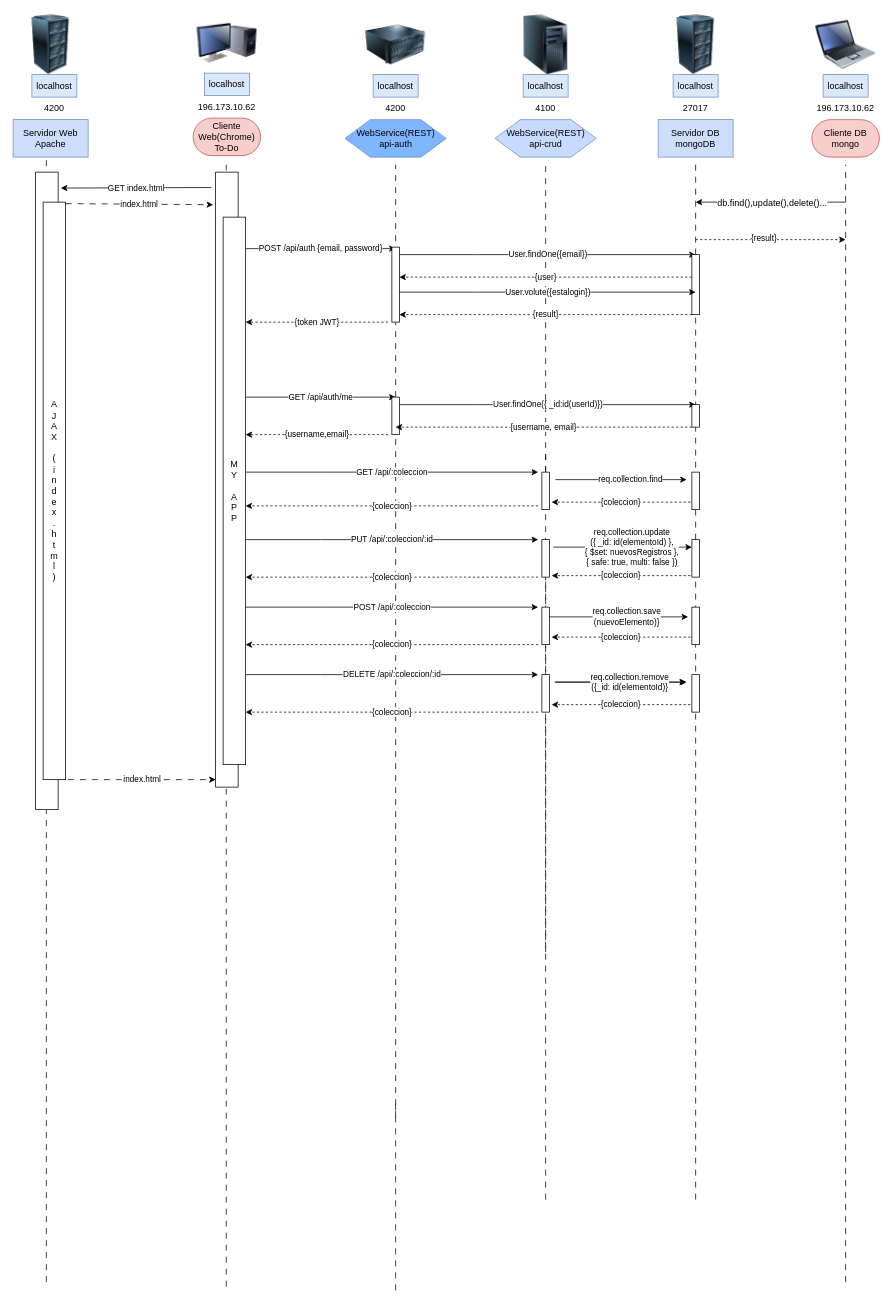
The draw.io diagram Diagrama de Secuencia.drawio in AceDen97/SD, before the edit. Source tidied: cells renumbered, new cells numbered last; positions are measured from the earlier drawing's top-left corner, leaving out a move shared by most shapes. Both pictures are drawn from the tidied source at 75%, with x=0, y=0 at pixel (13, 13).
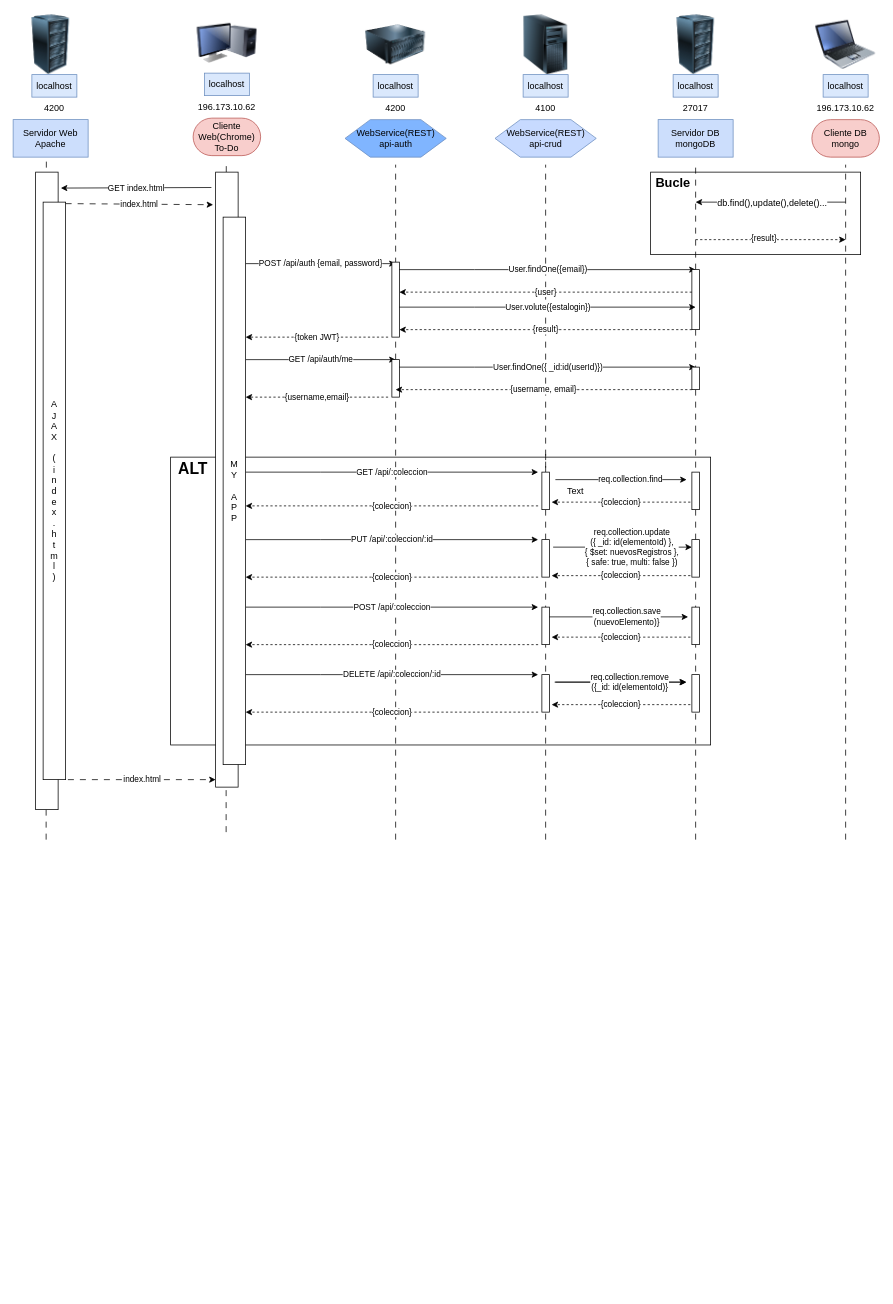
The same diagram, later.

Unchanged cells that the change refers to:
```xml
<mxCell id="72" style="rounded=0;whiteSpace=wrap;html=1;" parent="1" vertex="1">
  <mxGeometry x="705" y="702" width="10" height="50" as="geometry" />
</mxCell>
```

The edit, as a diff of the source:
```diff
@@
+    <mxCell id="86" style="rounded=0;whiteSpace=wrap;html=1;" parent="1" vertex="1">
+      <mxGeometry x="850" y="212" width="280" height="110" as="geometry" />
+    </mxCell>
+    <mxCell id="87" style="rounded=0;whiteSpace=wrap;html=1;" parent="1" vertex="1">
+      <mxGeometry x="210" y="592" width="720" height="383.8" as="geometry" />
+    </mxCell>
     <mxCell id="2" style="endArrow=none;dashed=1;html=1;rounded=0;dashPattern=8 8;" parent="1" edge="1">
       <mxGeometry relative="1" as="geometry">
-        <mxPoint x="284.2" y="1698" as="sourcePoint" />
+        <mxPoint x="284" y="1092" as="sourcePoint" />
         <mxPoint x="284.2" y="198" as="targetPoint" />
       </mxGeometry>
     </mxCell>
     <mxCell id="3" style="endArrow=none;dashed=1;html=1;rounded=0;dashPattern=8 8;" parent="1" edge="1">
       <mxGeometry relative="1" as="geometry">
-        <mxPoint x="44.3" y="1692" as="sourcePoint" />
+        <mxPoint x="44" y="1102" as="sourcePoint" />
         <mxPoint x="44.3" y="192" as="targetPoint" />
       </mxGeometry>
     </mxCell>
@@
     <mxCell id="10" style="endArrow=none;dashed=1;html=1;rounded=0;dashPattern=8 8;" parent="1" edge="1">
       <mxGeometry relative="1" as="geometry">
-        <mxPoint x="510" y="1472" as="sourcePoint" />
+        <mxPoint x="510" y="1102" as="sourcePoint" />
         <mxPoint x="510" y="202" as="targetPoint" />
       </mxGeometry>
     </mxCell>
     <mxCell id="11" style="endArrow=none;dashed=1;html=1;rounded=0;dashPattern=8 8;" parent="1" edge="1">
       <mxGeometry relative="1" as="geometry">
-        <mxPoint x="710" y="1252" as="sourcePoint" />
+        <mxPoint x="710" y="1102" as="sourcePoint" />
         <mxPoint x="710" y="202" as="targetPoint" />
       </mxGeometry>
     </mxCell>
@@
     <mxCell id="13" style="endArrow=none;dashed=1;html=1;rounded=0;dashPattern=8 8;" parent="1" edge="1">
       <mxGeometry relative="1" as="geometry">
-        <mxPoint x="1110" y="1692" as="sourcePoint" />
+        <mxPoint x="1110" y="1102" as="sourcePoint" />
         <mxPoint x="1110" y="202" as="targetPoint" />
       </mxGeometry>
     </mxCell>
@@
     <mxCell id="31" value="POST /api/auth {email, password}" style="endArrow=classic;html=1;rounded=0;" parent="1" edge="1">
       <mxGeometry relative="1" as="geometry">
-        <mxPoint x="310" y="314" as="sourcePoint" />
-        <mxPoint x="510" y="314" as="targetPoint" />
+        <mxPoint x="310" y="334" as="sourcePoint" />
+        <mxPoint x="510" y="334" as="targetPoint" />
         <Array as="points">
-          <mxPoint x="410" y="314" />
+          <mxPoint x="410" y="334" />
         </Array>
       </mxGeometry>
     </mxCell>
     <mxCell id="32" style="rounded=0;whiteSpace=wrap;html=1;" parent="1" vertex="1">
-      <mxGeometry x="505" y="312" width="10" height="100" as="geometry" />
+      <mxGeometry x="505" y="332" width="10" height="100" as="geometry" />
     </mxCell>
     <mxCell id="33" value="User.findOne({email})" style="endArrow=classic;html=1;rounded=0;" parent="1" edge="1">
       <mxGeometry relative="1" as="geometry">
-        <mxPoint x="515" y="322" as="sourcePoint" />
-        <mxPoint x="910" y="322" as="targetPoint" />
+        <mxPoint x="515" y="342" as="sourcePoint" />
+        <mxPoint x="910" y="342" as="targetPoint" />
         <Array as="points">
-          <mxPoint x="615" y="322" />
+          <mxPoint x="615" y="342" />
         </Array>
       </mxGeometry>
     </mxCell>
     <mxCell id="34" style="endArrow=none;dashed=1;html=1;rounded=0;dashPattern=8 8;" parent="1" edge="1" target="35">
       <mxGeometry relative="1" as="geometry">
-        <mxPoint x="910" y="1582" as="sourcePoint" />
+        <mxPoint x="910" y="1102" as="sourcePoint" />
       </mxGeometry>
     </mxCell>
     <mxCell id="35" style="rounded=0;whiteSpace=wrap;html=1;" parent="1" vertex="1">
-      <mxGeometry x="905" y="322" width="10" height="80" as="geometry" />
+      <mxGeometry x="905" y="342" width="10" height="80" as="geometry" />
     </mxCell>
     <mxCell id="36" value="{user}" style="endArrow=classic;html=1;rounded=0;dashed=1;" parent="1" edge="1">
       <mxGeometry relative="1" as="geometry">
-        <mxPoint x="905" y="352" as="sourcePoint" />
-        <mxPoint x="515" y="352" as="targetPoint" />
+        <mxPoint x="905" y="372" as="sourcePoint" />
+        <mxPoint x="515" y="372" as="targetPoint" />
       </mxGeometry>
     </mxCell>
     <mxCell id="37" value="{token JWT}" style="endArrow=classic;html=1;rounded=0;dashed=1;" parent="1" edge="1">
       <mxGeometry relative="1" as="geometry">
-        <mxPoint x="500" y="412" as="sourcePoint" />
-        <mxPoint x="310" y="412" as="targetPoint" />
+        <mxPoint x="500" y="432" as="sourcePoint" />
+        <mxPoint x="310" y="432" as="targetPoint" />
       </mxGeometry>
     </mxCell>
     <mxCell id="38" value="GET /api/auth/me" style="endArrow=classic;html=1;rounded=0;" parent="1" edge="1">
       <mxGeometry relative="1" as="geometry">
-        <mxPoint x="310" y="512" as="sourcePoint" />
-        <mxPoint x="510" y="512" as="targetPoint" />
+        <mxPoint x="310" y="462" as="sourcePoint" />
+        <mxPoint x="510" y="462" as="targetPoint" />
         <Array as="points">
-          <mxPoint x="410" y="512" />
+          <mxPoint x="410" y="462" />
         </Array>
       </mxGeometry>
     </mxCell>
     <mxCell id="39" style="rounded=0;whiteSpace=wrap;html=1;" parent="1" vertex="1">
-      <mxGeometry x="505" y="512" width="10" height="50" as="geometry" />
+      <mxGeometry x="505" y="462" width="10" height="50" as="geometry" />
     </mxCell>
     <mxCell id="40" value="User.findOne({ _id:id(userId)})" style="endArrow=classic;html=1;rounded=0;" parent="1" edge="1">
       <mxGeometry relative="1" as="geometry">
-        <mxPoint x="515" y="522" as="sourcePoint" />
-        <mxPoint x="910" y="522" as="targetPoint" />
+        <mxPoint x="515" y="472" as="sourcePoint" />
+        <mxPoint x="910" y="472" as="targetPoint" />
         <Array as="points">
-          <mxPoint x="615" y="522" />
+          <mxPoint x="615" y="472" />
         </Array>
       </mxGeometry>
     </mxCell>
     <mxCell id="41" style="rounded=0;whiteSpace=wrap;html=1;" parent="1" vertex="1">
-      <mxGeometry x="905" y="522" width="10" height="30" as="geometry" />
+      <mxGeometry x="905" y="472" width="10" height="30" as="geometry" />
     </mxCell>
     <mxCell id="42" value="{username, email}" style="endArrow=classic;html=1;rounded=0;exitX=0;exitY=1;exitDx=0;exitDy=0;dashed=1;" parent="1" edge="1">
       <mxGeometry relative="1" as="geometry">
-        <mxPoint x="905" y="552" as="sourcePoint" />
-        <mxPoint x="510" y="552" as="targetPoint" />
+        <mxPoint x="905" y="502" as="sourcePoint" />
+        <mxPoint x="510" y="502" as="targetPoint" />
       </mxGeometry>
     </mxCell>
     <mxCell id="43" value="{username,email}" style="endArrow=classic;html=1;rounded=0;dashed=1;" parent="1" edge="1">
       <mxGeometry relative="1" as="geometry">
-        <mxPoint x="500" y="562" as="sourcePoint" />
-        <mxPoint x="310" y="562" as="targetPoint" />
+        <mxPoint x="500" y="512" as="sourcePoint" />
+        <mxPoint x="310" y="512" as="targetPoint" />
       </mxGeometry>
     </mxCell>
@@
     <mxCell id="67" value="{result}" style="endArrow=classic;html=1;rounded=0;dashed=1;" parent="1" edge="1">
       <mxGeometry relative="1" as="geometry">
-        <mxPoint x="905" y="402" as="sourcePoint" />
-        <mxPoint x="515" y="402" as="targetPoint" />
+        <mxPoint x="905" y="422" as="sourcePoint" />
+        <mxPoint x="515" y="422" as="targetPoint" />
       </mxGeometry>
     </mxCell>
     <mxCell id="68" value="User.volute({estalogin})" style="endArrow=classic;html=1;rounded=0;" parent="1" edge="1">
       <mxGeometry relative="1" as="geometry">
-        <mxPoint x="515" y="372" as="sourcePoint" />
-        <mxPoint x="910" y="372" as="targetPoint" />
+        <mxPoint x="515" y="392" as="sourcePoint" />
+        <mxPoint x="910" y="392" as="targetPoint" />
         <Array as="points">
-          <mxPoint x="615" y="372" />
+          <mxPoint x="615" y="392" />
         </Array>
       </mxGeometry>
     </mxCell>
@@
-    <mxCell id="71" style="endArrow=none;dashed=1;html=1;rounded=0;dashPattern=8 8;" parent="1" edge="1" target="72">
-      <mxGeometry relative="1" as="geometry">
-        <mxPoint x="710" y="1582" as="sourcePoint" />
-      </mxGeometry>
-    </mxCell>
@@
-    <mxCell id="75" style="endArrow=none;dashed=1;html=1;rounded=0;dashPattern=8 8;" parent="1" edge="1">
-      <mxGeometry relative="1" as="geometry">
-        <mxPoint x="510" y="1703" as="sourcePoint" />
-        <mxPoint x="510" y="1453" as="targetPoint" />
-      </mxGeometry>
-    </mxCell>
@@
+    <mxCell id="88" value="Text" style="text;html=1;strokeColor=none;fillColor=none;align=center;verticalAlign=middle;whiteSpace=wrap;rounded=0;" parent="1" vertex="1">
+      <mxGeometry x="720" y="622" width="60" height="30" as="geometry" />
+    </mxCell>
+    <mxCell id="89" value="&lt;b&gt;&lt;font style=&quot;font-size: 17px;&quot;&gt;Bucle&lt;/font&gt;&lt;/b&gt;" style="text;html=1;strokeColor=none;fillColor=none;align=center;verticalAlign=middle;whiteSpace=wrap;rounded=0;" parent="1" vertex="1">
+      <mxGeometry x="850" y="212" width="60" height="30" as="geometry" />
+    </mxCell>
+    <mxCell id="90" value="&lt;b&gt;&lt;font style=&quot;font-size: 21px;&quot;&gt;ALT&lt;/font&gt;&lt;/b&gt;" style="text;html=1;strokeColor=none;fillColor=none;align=center;verticalAlign=middle;whiteSpace=wrap;rounded=0;" parent="1" vertex="1">
+      <mxGeometry x="210" y="592" width="60" height="30" as="geometry" />
+    </mxCell>
```
